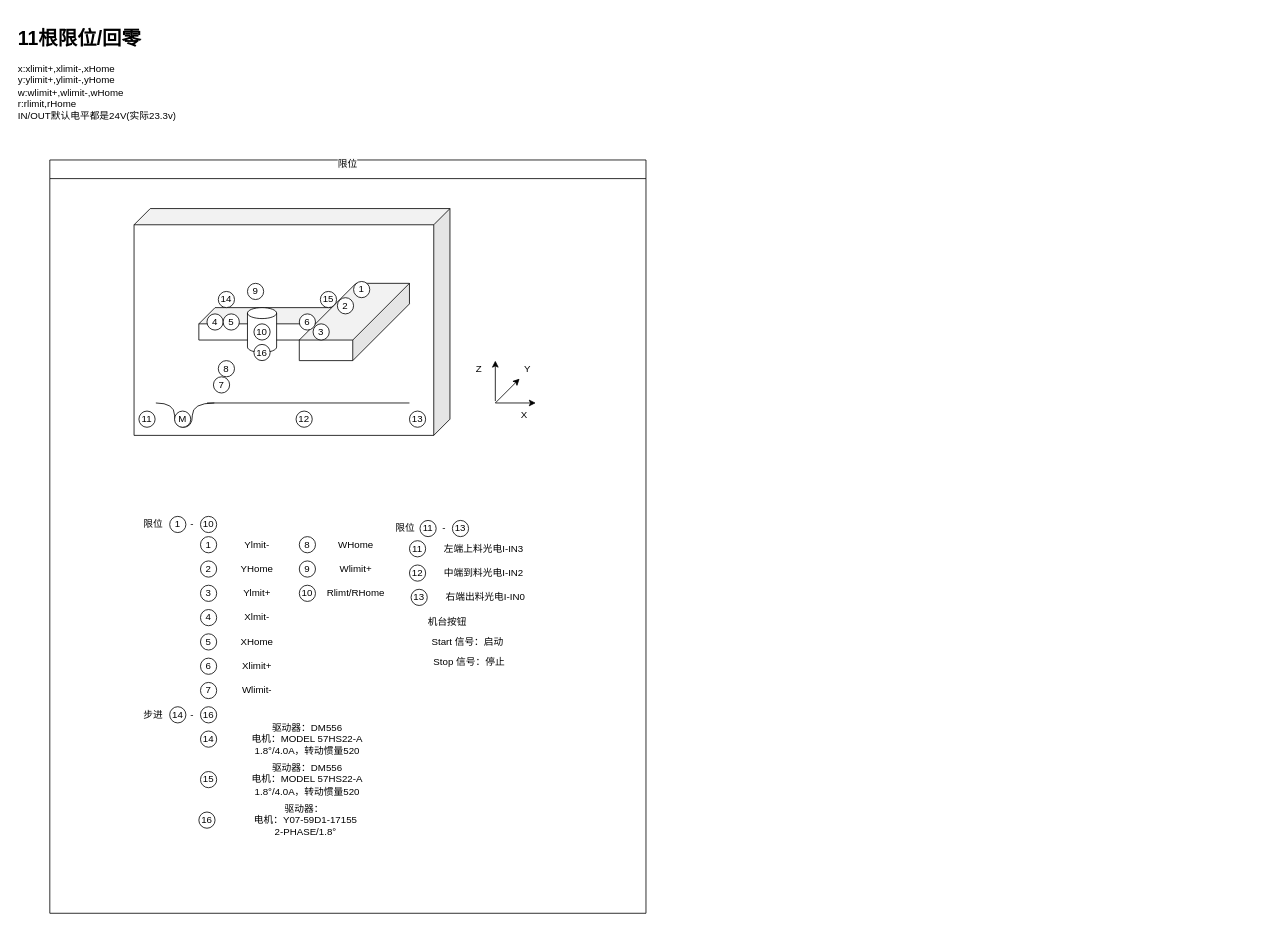
wjaswdd/draw.io keeps this draw.io diagram as 新喷码机部件图.drawio. Above is the earlier version. Source tidied: cells renumbered, new cells numbered last; positions are measured from the earlier drawing's top-left corner, leaving out a move shared by most shapes. Both pictures are drawn from the tidied source at 81%, with x=0, y=0 at pixel (14, 22).
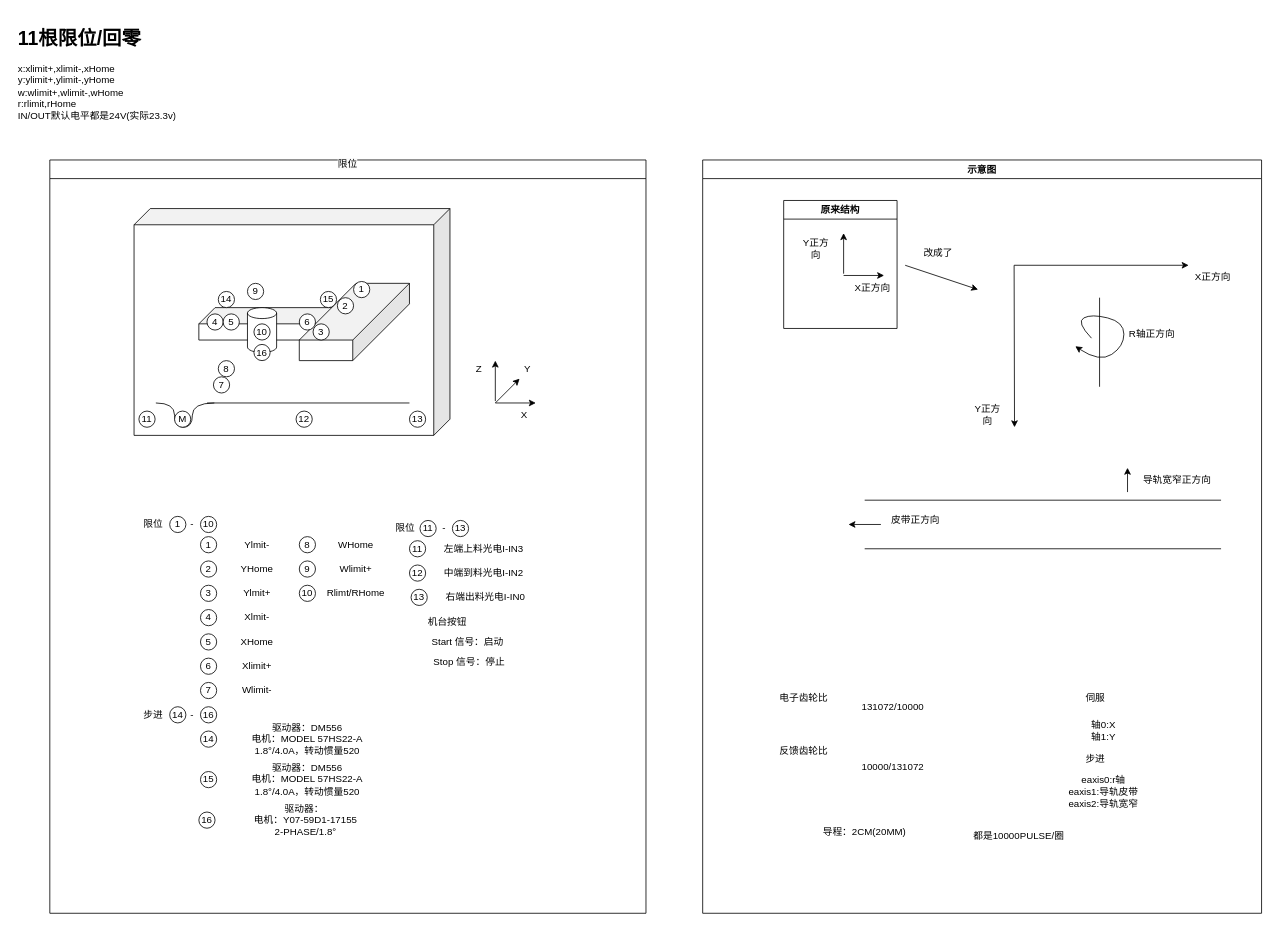
Above is the later version.

Commit message:
更新新喷码机部件图.drawio

What changed in the source:
```diff
@@
+    <mxCell id="82" value="示意图" style="swimlane;whiteSpace=wrap;html=1;" parent="1" vertex="1">
+      <mxGeometry x="850" y="170" width="690" height="930" as="geometry" />
+    </mxCell>
+    <mxCell id="83" value="电子齿轮比" style="text;html=1;strokeColor=none;fillColor=none;align=center;verticalAlign=middle;whiteSpace=wrap;rounded=0;" parent="82" vertex="1">
+      <mxGeometry x="60" y="650" width="130" height="30" as="geometry" />
+    </mxCell>
+    <mxCell id="84" value="反馈齿轮比" style="text;html=1;strokeColor=none;fillColor=none;align=center;verticalAlign=middle;whiteSpace=wrap;rounded=0;" parent="82" vertex="1">
+      <mxGeometry x="60" y="715" width="130" height="30" as="geometry" />
+    </mxCell>
+    <mxCell id="85" value="131072/10000" style="text;html=1;strokeColor=none;fillColor=none;align=center;verticalAlign=middle;whiteSpace=wrap;rounded=0;" parent="82" vertex="1">
+      <mxGeometry x="170" y="660" width="130" height="30" as="geometry" />
+    </mxCell>
+    <mxCell id="86" value="10000/131072" style="text;html=1;strokeColor=none;fillColor=none;align=center;verticalAlign=middle;whiteSpace=wrap;rounded=0;" parent="82" vertex="1">
+      <mxGeometry x="170" y="735" width="130" height="30" as="geometry" />
+    </mxCell>
+    <mxCell id="87" value="伺服" style="text;html=1;strokeColor=none;fillColor=none;align=center;verticalAlign=middle;whiteSpace=wrap;rounded=0;" parent="82" vertex="1">
+      <mxGeometry x="420" y="650" width="130" height="30" as="geometry" />
+    </mxCell>
+    <mxCell id="88" value="轴0:X&lt;br&gt;轴1:Y" style="text;html=1;strokeColor=none;fillColor=none;align=center;verticalAlign=middle;whiteSpace=wrap;rounded=0;" parent="82" vertex="1">
+      <mxGeometry x="430" y="685" width="130" height="40" as="geometry" />
+    </mxCell>
+    <mxCell id="89" value="步进" style="text;html=1;strokeColor=none;fillColor=none;align=center;verticalAlign=middle;whiteSpace=wrap;rounded=0;" parent="82" vertex="1">
+      <mxGeometry x="420" y="725" width="130" height="30" as="geometry" />
+    </mxCell>
+    <mxCell id="90" value="eaxis0:r轴&lt;br&gt;eaxis1:导轨皮带&lt;br&gt;eaxis2:导轨宽窄" style="text;html=1;strokeColor=none;fillColor=none;align=center;verticalAlign=middle;whiteSpace=wrap;rounded=0;" parent="82" vertex="1">
+      <mxGeometry x="430" y="755" width="130" height="50" as="geometry" />
+    </mxCell>
+    <mxCell id="91" value="导程：2CM(20MM)" style="text;html=1;strokeColor=none;fillColor=none;align=center;verticalAlign=middle;whiteSpace=wrap;rounded=0;" parent="82" vertex="1">
+      <mxGeometry x="130" y="815" width="140" height="30" as="geometry" />
+    </mxCell>
+    <mxCell id="92" value="都是10000PULSE/圈" style="text;html=1;strokeColor=none;fillColor=none;align=center;verticalAlign=middle;whiteSpace=wrap;rounded=0;" parent="82" vertex="1">
+      <mxGeometry x="321" y="820" width="139" height="30" as="geometry" />
+    </mxCell>
+    <mxCell id="93" style="endArrow=classic;html=1;rounded=0;" parent="82" edge="1">
+      <mxGeometry relative="1" as="geometry">
+        <mxPoint x="384.5" y="130" as="sourcePoint" />
+        <mxPoint x="385" y="330" as="targetPoint" />
+      </mxGeometry>
+    </mxCell>
+    <mxCell id="94" value="X正方向" style="text;html=1;strokeColor=none;fillColor=none;align=center;verticalAlign=middle;whiteSpace=wrap;rounded=0;" parent="82" vertex="1">
+      <mxGeometry x="600" y="130" width="60" height="30" as="geometry" />
+    </mxCell>
+    <mxCell id="95" value="Y正方向" style="text;html=1;strokeColor=none;fillColor=none;align=center;verticalAlign=middle;whiteSpace=wrap;rounded=0;" parent="82" vertex="1">
+      <mxGeometry x="330" y="300" width="44" height="30" as="geometry" />
+    </mxCell>
+    <mxCell id="96" style="endArrow=classic;html=1;rounded=0;" parent="82" edge="1">
+      <mxGeometry relative="1" as="geometry">
+        <mxPoint x="384.5" y="130" as="sourcePoint" />
+        <mxPoint x="600" y="130" as="targetPoint" />
+      </mxGeometry>
+    </mxCell>
+    <mxCell id="97" value="改成了" style="text;html=1;strokeColor=none;fillColor=none;align=center;verticalAlign=middle;whiteSpace=wrap;rounded=0;" parent="82" vertex="1">
+      <mxGeometry x="261" y="100" width="60" height="30" as="geometry" />
+    </mxCell>
+    <mxCell id="98" style="curved=1;endArrow=classic;html=1;rounded=0;" parent="82" edge="1">
+      <mxGeometry relative="1" as="geometry">
+        <mxPoint x="480" y="220" as="sourcePoint" />
+        <mxPoint x="460" y="230" as="targetPoint" />
+        <Array as="points">
+          <mxPoint x="461" y="200" />
+          <mxPoint x="480" y="190" />
+          <mxPoint x="520" y="200" />
+          <mxPoint x="520" y="230" />
+          <mxPoint x="490" y="250" />
+        </Array>
+      </mxGeometry>
+    </mxCell>
+    <mxCell id="99" style="endArrow=none;html=1;rounded=0;" parent="82" edge="1">
+      <mxGeometry relative="1" as="geometry">
+        <mxPoint x="490" y="280" as="sourcePoint" />
+        <mxPoint x="490" y="170" as="targetPoint" />
+      </mxGeometry>
+    </mxCell>
+    <mxCell id="100" value="R轴正方向" style="text;html=1;strokeColor=none;fillColor=none;align=center;verticalAlign=middle;whiteSpace=wrap;rounded=0;" parent="82" vertex="1">
+      <mxGeometry x="524.5" y="200" width="60" height="30" as="geometry" />
+    </mxCell>
+    <mxCell id="101" style="endArrow=none;html=1;rounded=0;" parent="82" edge="1">
+      <mxGeometry relative="1" as="geometry">
+        <mxPoint x="200" y="420" as="sourcePoint" />
+        <mxPoint x="640" y="420" as="targetPoint" />
+      </mxGeometry>
+    </mxCell>
+    <mxCell id="102" style="endArrow=none;html=1;rounded=0;" parent="82" edge="1">
+      <mxGeometry relative="1" as="geometry">
+        <mxPoint x="200" y="480" as="sourcePoint" />
+        <mxPoint x="640" y="480" as="targetPoint" />
+      </mxGeometry>
+    </mxCell>
+    <mxCell id="103" style="endArrow=classic;html=1;rounded=0;" parent="82" edge="1">
+      <mxGeometry relative="1" as="geometry">
+        <mxPoint x="220" y="450" as="sourcePoint" />
+        <mxPoint x="180" y="450" as="targetPoint" />
+      </mxGeometry>
+    </mxCell>
+    <mxCell id="104" value="皮带正方向" style="text;html=1;strokeColor=none;fillColor=none;align=center;verticalAlign=middle;whiteSpace=wrap;rounded=0;" parent="82" vertex="1">
+      <mxGeometry x="226" y="430" width="74" height="30" as="geometry" />
+    </mxCell>
+    <mxCell id="105" style="endArrow=classic;html=1;rounded=0;" parent="82" edge="1">
+      <mxGeometry relative="1" as="geometry">
+        <mxPoint x="524.5" y="410" as="sourcePoint" />
+        <mxPoint x="524.5" y="380" as="targetPoint" />
+      </mxGeometry>
+    </mxCell>
+    <mxCell id="106" value="导轨宽窄正方向" style="text;html=1;strokeColor=none;fillColor=none;align=center;verticalAlign=middle;whiteSpace=wrap;rounded=0;" parent="82" vertex="1">
+      <mxGeometry x="540.5" y="380" width="89.5" height="30" as="geometry" />
+    </mxCell>
+    <mxCell id="107" style="endArrow=classic;html=1;rounded=0;" parent="82" edge="1">
+      <mxGeometry relative="1" as="geometry">
+        <mxPoint x="250" y="130" as="sourcePoint" />
+        <mxPoint x="340" y="160" as="targetPoint" />
+      </mxGeometry>
+    </mxCell>
+    <mxCell id="108" value="原来结构" style="swimlane;whiteSpace=wrap;html=1;" parent="82" vertex="1">
+      <mxGeometry x="100" y="50" width="140" height="158" as="geometry" />
+    </mxCell>
+    <mxCell id="109" style="endArrow=classic;html=1;rounded=0;" parent="108" edge="1">
+      <mxGeometry relative="1" as="geometry">
+        <mxPoint x="74" y="90.4" as="sourcePoint" />
+        <mxPoint x="74" y="40.3" as="targetPoint" />
+      </mxGeometry>
+    </mxCell>
+    <mxCell id="110" value="X正方向" style="text;html=1;strokeColor=none;fillColor=none;align=center;verticalAlign=middle;whiteSpace=wrap;rounded=0;" parent="108" vertex="1">
+      <mxGeometry x="80" y="92.6" width="60" height="30" as="geometry" />
+    </mxCell>
+    <mxCell id="111" value="Y正方向" style="text;html=1;strokeColor=none;fillColor=none;align=center;verticalAlign=middle;whiteSpace=wrap;rounded=0;" parent="108" vertex="1">
+      <mxGeometry x="20" y="35.3" width="40" height="50" as="geometry" />
+    </mxCell>
+    <mxCell id="112" style="endArrow=classic;html=1;rounded=0;" parent="108" edge="1">
+      <mxGeometry relative="1" as="geometry">
+        <mxPoint x="74" y="92.6" as="sourcePoint" />
+        <mxPoint x="124" y="92.6" as="targetPoint" />
+      </mxGeometry>
+    </mxCell>
```
